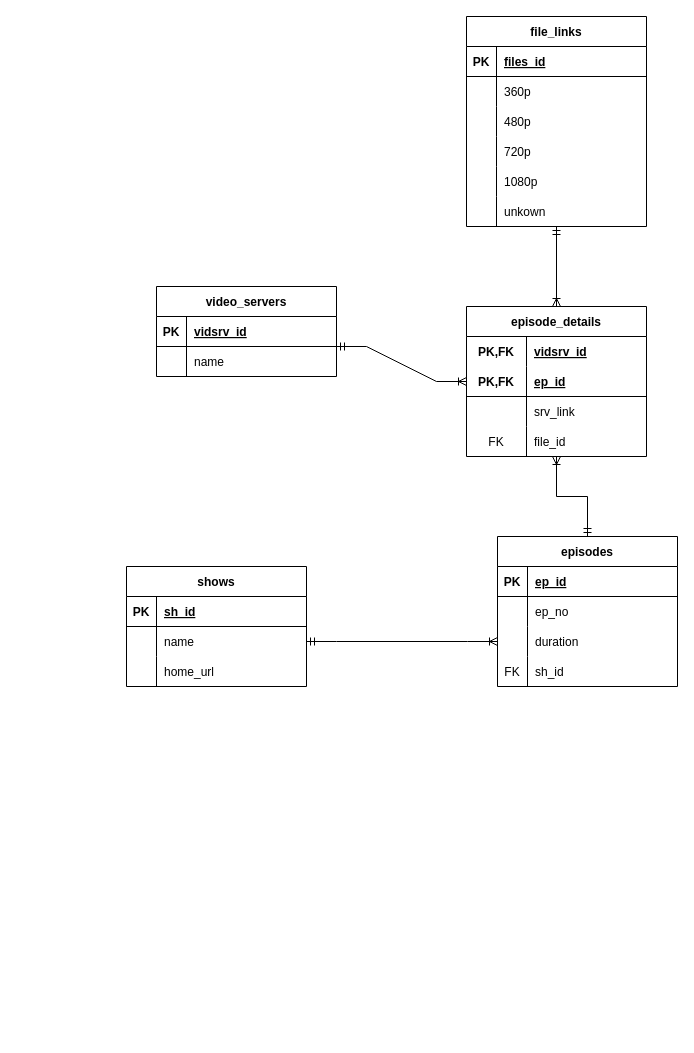
Before: Untitled Diagram.drawio in baqir-rizavi/sad-db, a draw.io diagram. Source tidied: cells renumbered, new cells numbered last; positions are measured from the earlier drawing's top-left corner, leaving out a move shared by most shapes. Both pictures are drawn from the tidied source at 100%, with x=0, y=0 at pixel (126, 16).
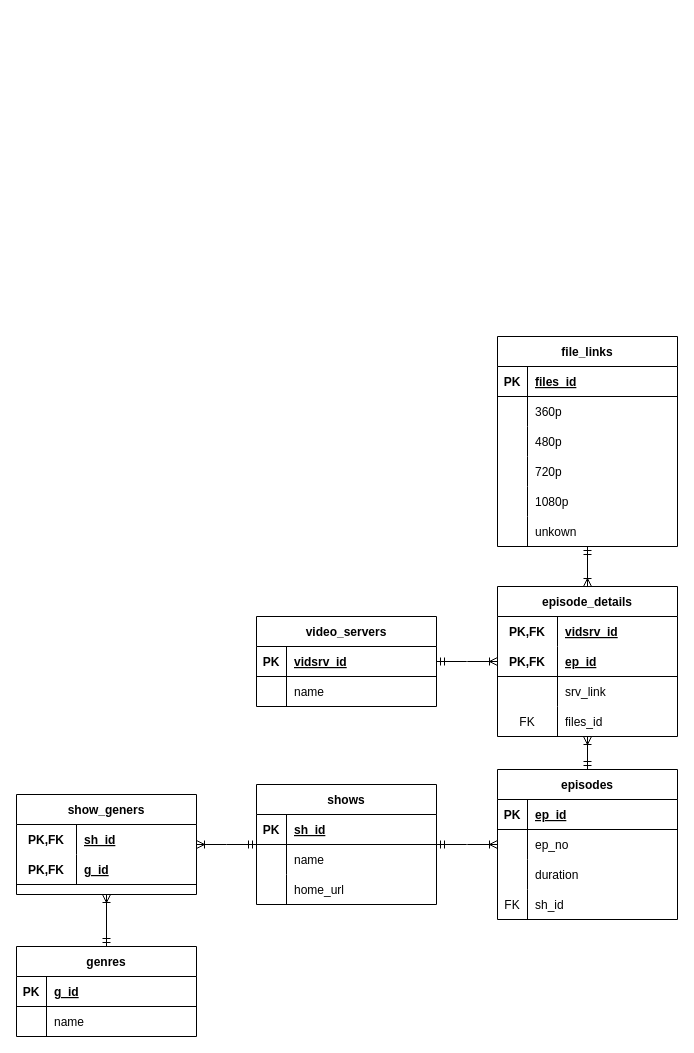
After the change.

Unchanged cells that the change refers to:
```xml
<mxCell id="6" style="shape=tableRow;horizontal=0;startSize=0;swimlaneHead=0;swimlaneBody=0;fillColor=none;points=[[0,0.5],[1,0.5]];portConstraint=eastwest;top=0;left=0;right=0;bottom=0;" parent="2" vertex="1">
  <mxGeometry y="60" width="180" height="30" as="geometry" />
</mxCell>
<mxCell id="19" style="shape=tableRow;horizontal=0;startSize=0;swimlaneHead=0;swimlaneBody=0;fillColor=none;points=[[0,0.5],[1,0.5]];portConstraint=eastwest;top=0;left=0;right=0;bottom=0;" parent="12" vertex="1">
  <mxGeometry y="90" width="180" height="30" as="geometry" />
</mxCell>
<mxCell id="27" style="shape=tableRow;horizontal=0;startSize=0;swimlaneHead=0;swimlaneBody=0;fillColor=none;points=[[0,0.5],[1,0.5]];portConstraint=eastwest;top=0;left=0;right=0;bottom=1;" parent="26" vertex="1">
  <mxGeometry y="30" width="180" height="30" as="geometry" />
</mxCell>
<mxCell id="37" style="shape=tableRow;horizontal=0;startSize=0;swimlaneHead=0;swimlaneBody=0;fillColor=none;points=[[0,0.5],[1,0.5]];portConstraint=eastwest;top=0;left=0;right=0;bottom=1;" parent="33" vertex="1">
  <mxGeometry y="60" width="180" height="30" as="geometry" />
</mxCell>
<mxCell id="43" style="shape=tableRow;horizontal=0;startSize=0;swimlaneHead=0;swimlaneBody=0;fillColor=none;top=0;left=0;right=0;bottom=0;" parent="33" vertex="1">
  <mxGeometry y="120" width="180" height="30" as="geometry" />
</mxCell>
```

What changed in the source:
```diff
@@
     <mxCell id="2" value="shows" style="shape=table;startSize=30;childLayout=tableLayout;rowLines=0;fontStyle=1;align=center;" parent="1" vertex="1">
-      <mxGeometry y="550" width="180" height="120" as="geometry" />
+      <mxGeometry x="130" y="768" width="180" height="120" as="geometry" />
     </mxCell>
@@
     <mxCell id="12" value="episodes" style="shape=table;startSize=30;childLayout=tableLayout;rowLines=0;fontStyle=1;align=center;" parent="1" vertex="1">
-      <mxGeometry x="371" y="520" width="180" height="150" as="geometry" />
+      <mxGeometry x="371" y="753" width="180" height="150" as="geometry" />
     </mxCell>
@@
-    <mxCell id="25" style="edgeStyle=entityRelationEdgeStyle;fontSize=12;html=1;endArrow=ERoneToMany;startArrow=ERmandOne;rounded=0;exitX=1;exitY=0.5;exitDx=0;exitDy=0;entryX=0;entryY=0.5;entryDx=0;entryDy=0;" parent="1" edge="1" source="6" target="19">
+    <mxCell id="25" style="edgeStyle=entityRelationEdgeStyle;fontSize=12;html=1;endArrow=ERoneToMany;startArrow=ERmandOne;rounded=0;" parent="1" edge="1" source="2" target="12">
       <mxGeometry relative="1" as="geometry" />
     </mxCell>
     <mxCell id="26" value="video_servers" style="shape=table;startSize=30;childLayout=tableLayout;rowLines=0;fontStyle=1;align=center;" parent="1" vertex="1">
-      <mxGeometry x="30" y="270" width="180" height="90" as="geometry" />
+      <mxGeometry x="130" y="600" width="180" height="90" as="geometry" />
     </mxCell>
@@
     <mxCell id="33" value="episode_details" style="shape=table;startSize=30;childLayout=tableLayout;rowLines=0;fontStyle=1;align=center;" parent="1" vertex="1">
-      <mxGeometry x="340" y="290" width="180" height="150" as="geometry" />
+      <mxGeometry x="371" y="570" width="180" height="150" as="geometry" />
     </mxCell>
@@
-    <mxCell id="45" value="file_id" style="shape=partialRectangle;fillColor=none;top=0;left=0;bottom=0;right=0;align=left;spacingLeft=6;overflow=hidden;" parent="43" vertex="1">
+    <mxCell id="45" value="files_id" style="shape=partialRectangle;fillColor=none;top=0;left=0;bottom=0;right=0;align=left;spacingLeft=6;overflow=hidden;" parent="43" vertex="1">
       <mxGeometry x="60" width="120" height="30" as="geometry" />
     </mxCell>
     <mxCell id="46" value="file_links" style="shape=table;startSize=30;childLayout=tableLayout;rowLines=0;fontStyle=1;align=center;" parent="1" vertex="1">
-      <mxGeometry x="340" width="180" height="210" as="geometry" />
+      <mxGeometry x="371" y="320" width="180" height="210" as="geometry" />
     </mxCell>
@@
-    <mxCell id="65" style="edgeStyle=entityRelationEdgeStyle;fontSize=12;html=1;endArrow=ERoneToMany;startArrow=ERmandOne;rounded=0;exitX=1;exitY=1;exitDx=0;exitDy=0;entryX=0;entryY=0.5;entryDx=0;entryDy=0;exitPerimeter=0;fontStyle=1;" parent="1" edge="1" source="27" target="37">
+    <mxCell id="65" style="edgeStyle=entityRelationEdgeStyle;fontSize=12;html=1;endArrow=ERoneToMany;startArrow=ERmandOne;rounded=0;fontStyle=1;" parent="1" edge="1" source="26" target="33">
       <mxGeometry relative="1" as="geometry" />
     </mxCell>
@@
-    <mxCell id="67" style="edgeStyle=orthogonalEdgeStyle;fontSize=12;html=1;endArrow=ERoneToMany;startArrow=ERmandOne;rounded=0;exitX=0.5;exitY=1;exitDx=0;exitDy=0;entryX=0.5;entryY=0;entryDx=0;entryDy=0;fontStyle=1;" parent="1" edge="1" source="46" target="33">
+    <mxCell id="67" style="edgeStyle=orthogonalEdgeStyle;fontSize=12;html=1;endArrow=ERoneToMany;startArrow=ERmandOne;rounded=0;fontStyle=1;" parent="1" edge="1" source="46" target="33">
       <mxGeometry relative="1" as="geometry" />
     </mxCell>
+    <mxCell id="68" value="genres" style="shape=table;startSize=30;childLayout=tableLayout;rowLines=0;fontStyle=1;align=center;" parent="1" vertex="1">
+      <mxGeometry x="-110" y="930" width="180" height="90" as="geometry" />
+    </mxCell>
+    <mxCell id="69" style="shape=tableRow;horizontal=0;startSize=0;swimlaneHead=0;swimlaneBody=0;fillColor=none;top=0;left=0;right=0;bottom=1;" parent="68" vertex="1">
+      <mxGeometry y="30" width="180" height="30" as="geometry" />
+    </mxCell>
+    <mxCell id="70" value="PK" style="shape=partialRectangle;fillColor=none;top=0;left=0;bottom=0;right=0;fontStyle=1;overflow=hidden;" parent="69" vertex="1">
+      <mxGeometry width="30" height="30" as="geometry" />
+    </mxCell>
+    <mxCell id="71" value="g_id" style="shape=partialRectangle;fillColor=none;top=0;left=0;bottom=0;right=0;align=left;spacingLeft=6;fontStyle=5;overflow=hidden;" parent="69" vertex="1">
+      <mxGeometry x="30" width="150" height="30" as="geometry" />
+    </mxCell>
+    <mxCell id="72" style="shape=tableRow;horizontal=0;startSize=0;swimlaneHead=0;swimlaneBody=0;fillColor=none;top=0;left=0;right=0;bottom=0;" parent="68" vertex="1">
+      <mxGeometry y="60" width="180" height="30" as="geometry" />
+    </mxCell>
+    <mxCell id="73" style="shape=partialRectangle;fillColor=none;top=0;left=0;bottom=0;right=0;overflow=hidden;" parent="72" vertex="1">
+      <mxGeometry width="30" height="30" as="geometry" />
+    </mxCell>
+    <mxCell id="74" value="name" style="shape=partialRectangle;fillColor=none;top=0;left=0;bottom=0;right=0;align=left;spacingLeft=6;overflow=hidden;" parent="72" vertex="1">
+      <mxGeometry x="30" width="150" height="30" as="geometry" />
+    </mxCell>
+    <mxCell id="75" value="show_geners" style="shape=table;startSize=30;childLayout=tableLayout;rowLines=0;fontStyle=1;align=center;" parent="1" vertex="1">
+      <mxGeometry x="-110" y="778" width="180" height="100" as="geometry" />
+    </mxCell>
+    <mxCell id="76" style="shape=tableRow;horizontal=0;startSize=0;swimlaneHead=0;swimlaneBody=0;fillColor=none;top=0;left=0;right=0;bottom=0;" parent="75" vertex="1">
+      <mxGeometry y="30" width="180" height="30" as="geometry" />
+    </mxCell>
+    <mxCell id="77" value="PK,FK" style="shape=partialRectangle;fillColor=none;top=0;left=0;bottom=0;right=0;fontStyle=1;overflow=hidden;" parent="76" vertex="1">
+      <mxGeometry width="60" height="30" as="geometry" />
+    </mxCell>
+    <mxCell id="78" value="sh_id" style="shape=partialRectangle;fillColor=none;top=0;left=0;bottom=0;right=0;align=left;spacingLeft=6;fontStyle=5;overflow=hidden;" parent="76" vertex="1">
+      <mxGeometry x="60" width="120" height="30" as="geometry" />
+    </mxCell>
+    <mxCell id="79" style="shape=tableRow;horizontal=0;startSize=0;swimlaneHead=0;swimlaneBody=0;fillColor=none;top=0;left=0;right=0;bottom=1;" parent="75" vertex="1">
+      <mxGeometry y="60" width="180" height="30" as="geometry" />
+    </mxCell>
+    <mxCell id="80" value="PK,FK" style="shape=partialRectangle;fillColor=none;top=0;left=0;bottom=0;right=0;fontStyle=1;overflow=hidden;" parent="79" vertex="1">
+      <mxGeometry width="60" height="30" as="geometry" />
+    </mxCell>
+    <mxCell id="81" value="g_id" style="shape=partialRectangle;fillColor=none;top=0;left=0;bottom=0;right=0;align=left;spacingLeft=6;fontStyle=5;overflow=hidden;" parent="79" vertex="1">
+      <mxGeometry x="60" width="120" height="30" as="geometry" />
+    </mxCell>
+    <mxCell id="82" style="edgeStyle=entityRelationEdgeStyle;fontSize=12;html=1;endArrow=ERoneToMany;startArrow=ERmandOne;rounded=0;" parent="1" edge="1" source="2" target="75">
+      <mxGeometry relative="1" as="geometry" />
+    </mxCell>
+    <mxCell id="83" style="edgeStyle=orthogonalEdgeStyle;fontSize=12;html=1;endArrow=ERoneToMany;startArrow=ERmandOne;rounded=0;" parent="1" edge="1" source="68" target="75">
+      <mxGeometry relative="1" as="geometry" />
+    </mxCell>
```
